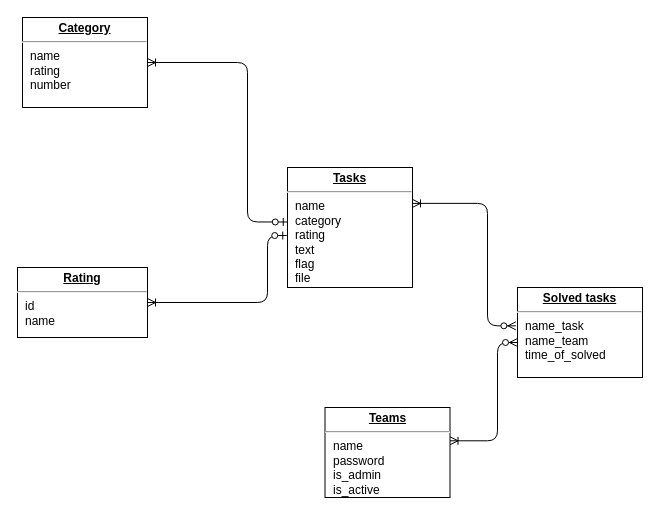
Earlier version of the draw.io diagram BD.drawio (PolMarzia/diplom). Source tidied: cells renumbered, new cells numbered last; positions are measured from the earlier drawing's top-left corner, leaving out a move shared by most shapes. Both pictures are drawn from the tidied source at 100%, with x=0, y=0 at pixel (17, 17).
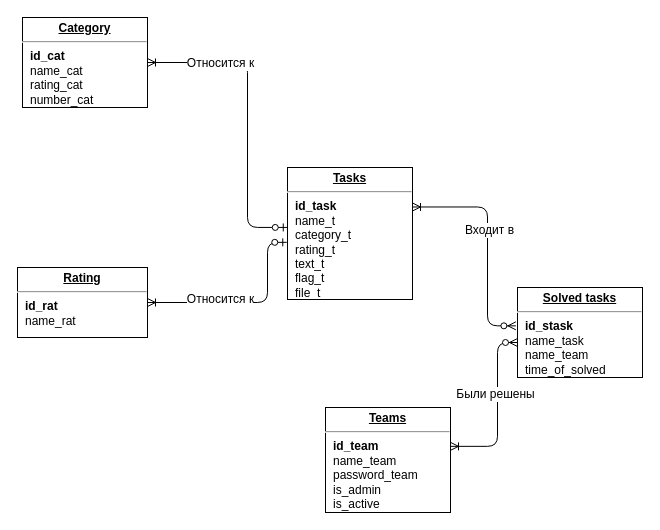
The same diagram, later.

The change refers to these unchanged cells:
```xml
<mxCell id="4" style="edgeStyle=elbowEdgeStyle;fontSize=12;html=1;endArrow=ERoneToMany;startArrow=ERzeroToOne;exitX=-0.006;exitY=0.567;exitDx=0;exitDy=0;exitPerimeter=0;startFill=1;" parent="1" edge="1" source="5" target="3">
  <mxGeometry relative="1" as="geometry">
    <Array as="points">
      <mxPoint x="250" y="230" />
    </Array>
  </mxGeometry>
</mxCell>
<mxCell id="6" style="edgeStyle=elbowEdgeStyle;fontSize=12;html=1;endArrow=ERoneToMany;startArrow=ERzeroToOne;rounded=1;exitX=-0.002;exitY=0.454;exitDx=0;exitDy=0;exitPerimeter=0;startFill=1;" parent="1" edge="1" source="5" target="2">
  <mxGeometry relative="1" as="geometry">
    <Array as="points">
      <mxPoint x="230" y="250" />
      <mxPoint x="250" y="150" />
      <mxPoint x="260" y="250" />
      <mxPoint x="250" y="140" />
      <mxPoint x="260" y="220" />
      <mxPoint x="250" y="160" />
      <mxPoint x="260" y="210" />
      <mxPoint x="240" y="200" />
      <mxPoint x="240" y="200" />
      <mxPoint x="200" y="120" />
    </Array>
  </mxGeometry>
</mxCell>
<mxCell id="9" style="edgeStyle=elbowEdgeStyle;fontSize=12;html=1;endArrow=ERoneToMany;startArrow=ERzeroToMany;entryX=1;entryY=0.299;entryDx=0;entryDy=0;entryPerimeter=0;exitX=-0.013;exitY=0.426;exitDx=0;exitDy=0;exitPerimeter=0;" parent="1" edge="1" source="7" target="5">
  <mxGeometry relative="1" as="geometry">
    <Array as="points">
      <mxPoint x="470" y="330" />
    </Array>
  </mxGeometry>
</mxCell>
<mxCell id="10" style="edgeStyle=elbowEdgeStyle;fontSize=12;html=1;endArrow=ERoneToMany;startArrow=ERzeroToMany;entryX=1;entryY=0.37;entryDx=0;entryDy=0;entryPerimeter=0;exitX=0;exitY=0.611;exitDx=0;exitDy=0;exitPerimeter=0;" parent="1" edge="1" source="7" target="8">
  <mxGeometry relative="1" as="geometry">
    <Array as="points">
      <mxPoint x="480" y="340" />
    </Array>
  </mxGeometry>
</mxCell>
```

Change to the diagram source:
```diff
@@
-    <mxCell id="2" value="&lt;p style=&quot;margin: 0px ; margin-top: 4px ; text-align: center ; text-decoration: underline&quot;&gt;&lt;b&gt;Category&lt;/b&gt;&lt;/p&gt;&lt;hr&gt;&lt;p style=&quot;margin: 0px ; margin-left: 8px&quot;&gt;name&lt;/p&gt;&lt;p style=&quot;margin: 0px ; margin-left: 8px&quot;&gt;rating&lt;/p&gt;&lt;p style=&quot;margin: 0px ; margin-left: 8px&quot;&gt;number&lt;/p&gt;" style="verticalAlign=top;align=left;overflow=fill;fontSize=12;fontFamily=Helvetica;html=1;" parent="1" vertex="1">
+    <mxCell id="2" value="&lt;p style=&quot;margin: 0px ; margin-top: 4px ; text-align: center ; text-decoration: underline&quot;&gt;&lt;b&gt;Category&lt;/b&gt;&lt;/p&gt;&lt;hr&gt;&lt;p style=&quot;margin: 0px ; margin-left: 8px&quot;&gt;&lt;b&gt;id_cat&lt;/b&gt;&lt;/p&gt;&lt;p style=&quot;margin: 0px ; margin-left: 8px&quot;&gt;name_cat&lt;/p&gt;&lt;p style=&quot;margin: 0px ; margin-left: 8px&quot;&gt;rating_cat&lt;/p&gt;&lt;p style=&quot;margin: 0px ; margin-left: 8px&quot;&gt;number_cat&lt;/p&gt;" style="verticalAlign=top;align=left;overflow=fill;fontSize=12;fontFamily=Helvetica;html=1;" parent="1" vertex="1">
       <mxGeometry x="5" width="125" height="90" as="geometry" />
     </mxCell>
-    <mxCell id="3" value="&lt;p style=&quot;margin: 0px ; margin-top: 4px ; text-align: center ; text-decoration: underline&quot;&gt;&lt;b&gt;Rating&lt;/b&gt;&lt;/p&gt;&lt;hr&gt;&lt;p style=&quot;margin: 0px ; margin-left: 8px&quot;&gt;id&lt;/p&gt;&lt;p style=&quot;margin: 0px ; margin-left: 8px&quot;&gt;name&lt;/p&gt;" style="verticalAlign=top;align=left;overflow=fill;fontSize=12;fontFamily=Helvetica;html=1;" parent="1" vertex="1">
+    <mxCell id="3" value="&lt;p style=&quot;margin: 0px ; margin-top: 4px ; text-align: center ; text-decoration: underline&quot;&gt;&lt;b&gt;Rating&lt;/b&gt;&lt;/p&gt;&lt;hr&gt;&lt;p style=&quot;margin: 0px ; margin-left: 8px&quot;&gt;&lt;b&gt;id_rat&lt;/b&gt;&lt;/p&gt;&lt;p style=&quot;margin: 0px ; margin-left: 8px&quot;&gt;name_rat&lt;/p&gt;" style="verticalAlign=top;align=left;overflow=fill;fontSize=12;fontFamily=Helvetica;html=1;" parent="1" vertex="1">
       <mxGeometry y="250" width="130" height="70" as="geometry" />
     </mxCell>
@@
+    <mxCell id="11" value="Относится к" style="text;html=1;align=center;verticalAlign=middle;labelBackgroundColor=#ffffff;" parent="4" vertex="1">
+      <mxGeometry x="0.27" y="-4" relative="1" as="geometry" />
+    </mxCell>
-    <mxCell id="5" value="&lt;p style=&quot;margin: 0px ; margin-top: 4px ; text-align: center ; text-decoration: underline&quot;&gt;&lt;b&gt;Tasks&lt;/b&gt;&lt;/p&gt;&lt;hr&gt;&lt;p style=&quot;margin: 0px ; margin-left: 8px&quot;&gt;name&lt;/p&gt;&lt;p style=&quot;margin: 0px ; margin-left: 8px&quot;&gt;category&lt;/p&gt;&lt;p style=&quot;margin: 0px ; margin-left: 8px&quot;&gt;rating&lt;/p&gt;&lt;p style=&quot;margin: 0px ; margin-left: 8px&quot;&gt;text&lt;/p&gt;&lt;p style=&quot;margin: 0px ; margin-left: 8px&quot;&gt;flag&lt;/p&gt;&lt;p style=&quot;margin: 0px ; margin-left: 8px&quot;&gt;file&lt;/p&gt;" style="verticalAlign=top;align=left;overflow=fill;fontSize=12;fontFamily=Helvetica;html=1;" parent="1" vertex="1">
-      <mxGeometry x="270" y="150" width="125" height="120" as="geometry" />
+    <mxCell id="5" value="&lt;p style=&quot;margin: 0px ; margin-top: 4px ; text-align: center ; text-decoration: underline&quot;&gt;&lt;b&gt;Tasks&lt;/b&gt;&lt;/p&gt;&lt;hr&gt;&lt;p style=&quot;margin: 0px ; margin-left: 8px&quot;&gt;&lt;b&gt;id_task&lt;/b&gt;&lt;/p&gt;&lt;p style=&quot;margin: 0px ; margin-left: 8px&quot;&gt;name_t&lt;/p&gt;&lt;p style=&quot;margin: 0px ; margin-left: 8px&quot;&gt;category_t&lt;/p&gt;&lt;p style=&quot;margin: 0px ; margin-left: 8px&quot;&gt;rating_t&lt;/p&gt;&lt;p style=&quot;margin: 0px ; margin-left: 8px&quot;&gt;text_t&lt;/p&gt;&lt;p style=&quot;margin: 0px ; margin-left: 8px&quot;&gt;flag_t&lt;/p&gt;&lt;p style=&quot;margin: 0px ; margin-left: 8px&quot;&gt;file_t&lt;/p&gt;" style="verticalAlign=top;align=left;overflow=fill;fontSize=12;fontFamily=Helvetica;html=1;" parent="1" vertex="1">
+      <mxGeometry x="270" y="150" width="125" height="132" as="geometry" />
     </mxCell>
@@
+    <mxCell id="12" value="Относится к" style="text;html=1;align=center;verticalAlign=middle;labelBackgroundColor=#ffffff;" parent="6" vertex="1">
+      <mxGeometry x="0.52" relative="1" as="geometry" />
+    </mxCell>
-    <mxCell id="7" value="&lt;p style=&quot;margin: 0px ; margin-top: 4px ; text-align: center ; text-decoration: underline&quot;&gt;&lt;b&gt;Solved tasks&lt;/b&gt;&lt;/p&gt;&lt;hr&gt;&lt;p style=&quot;margin: 0px ; margin-left: 8px&quot;&gt;name_task&lt;/p&gt;&lt;p style=&quot;margin: 0px ; margin-left: 8px&quot;&gt;nаme_team&lt;/p&gt;&lt;p style=&quot;margin: 0px ; margin-left: 8px&quot;&gt;time_of_solved&lt;/p&gt;" style="verticalAlign=top;align=left;overflow=fill;fontSize=12;fontFamily=Helvetica;html=1;" parent="1" vertex="1">
+    <mxCell id="7" value="&lt;p style=&quot;margin: 0px ; margin-top: 4px ; text-align: center ; text-decoration: underline&quot;&gt;&lt;b&gt;Solved tasks&lt;/b&gt;&lt;/p&gt;&lt;hr&gt;&lt;p style=&quot;margin: 0px ; margin-left: 8px&quot;&gt;&lt;b&gt;id_stask&lt;/b&gt;&lt;/p&gt;&lt;p style=&quot;margin: 0px ; margin-left: 8px&quot;&gt;name_task&lt;/p&gt;&lt;p style=&quot;margin: 0px ; margin-left: 8px&quot;&gt;nаme_team&lt;/p&gt;&lt;p style=&quot;margin: 0px ; margin-left: 8px&quot;&gt;time_of_solved&lt;/p&gt;" style="verticalAlign=top;align=left;overflow=fill;fontSize=12;fontFamily=Helvetica;html=1;" parent="1" vertex="1">
       <mxGeometry x="500" y="270" width="125" height="90" as="geometry" />
     </mxCell>
-    <mxCell id="8" value="&lt;p style=&quot;margin: 0px ; margin-top: 4px ; text-align: center ; text-decoration: underline&quot;&gt;&lt;b&gt;Teams&lt;/b&gt;&lt;/p&gt;&lt;hr&gt;&lt;p style=&quot;margin: 0px ; margin-left: 8px&quot;&gt;name&lt;/p&gt;&lt;p style=&quot;margin: 0px ; margin-left: 8px&quot;&gt;&lt;span&gt;password&lt;/span&gt;&lt;/p&gt;&lt;p style=&quot;margin: 0px ; margin-left: 8px&quot;&gt;&lt;span&gt;is_admin&lt;/span&gt;&lt;/p&gt;&lt;p style=&quot;margin: 0px ; margin-left: 8px&quot;&gt;&lt;span&gt;is_active&lt;/span&gt;&lt;/p&gt;" style="verticalAlign=top;align=left;overflow=fill;fontSize=12;fontFamily=Helvetica;html=1;" parent="1" vertex="1">
-      <mxGeometry x="307.5" y="390" width="125" height="90" as="geometry" />
+    <mxCell id="8" value="&lt;p style=&quot;margin: 0px ; margin-top: 4px ; text-align: center ; text-decoration: underline&quot;&gt;&lt;b&gt;Teams&lt;/b&gt;&lt;/p&gt;&lt;hr&gt;&lt;p style=&quot;margin: 0px ; margin-left: 8px&quot;&gt;&lt;b&gt;id_team&lt;/b&gt;&lt;/p&gt;&lt;p style=&quot;margin: 0px ; margin-left: 8px&quot;&gt;name_team&lt;/p&gt;&lt;p style=&quot;margin: 0px ; margin-left: 8px&quot;&gt;&lt;span&gt;password_team&lt;/span&gt;&lt;/p&gt;&lt;p style=&quot;margin: 0px ; margin-left: 8px&quot;&gt;&lt;span&gt;is_admin&lt;/span&gt;&lt;/p&gt;&lt;p style=&quot;margin: 0px ; margin-left: 8px&quot;&gt;&lt;span&gt;is_active&lt;/span&gt;&lt;/p&gt;" style="verticalAlign=top;align=left;overflow=fill;fontSize=12;fontFamily=Helvetica;html=1;" parent="1" vertex="1">
+      <mxGeometry x="308" y="390" width="125" height="105" as="geometry" />
     </mxCell>
@@
+    <mxCell id="13" value="Входит в&lt;br&gt;" style="text;html=1;align=center;verticalAlign=middle;labelBackgroundColor=#ffffff;" parent="9" vertex="1">
+      <mxGeometry x="0.12" y="-1" relative="1" as="geometry" />
+    </mxCell>
@@
+    <mxCell id="14" value="Были решены" style="text;html=1;align=center;verticalAlign=middle;labelBackgroundColor=#ffffff;" parent="10" vertex="1">
+      <mxGeometry x="0.19" y="-4" relative="1" as="geometry">
+        <mxPoint x="1" y="-30" as="offset" />
+      </mxGeometry>
+    </mxCell>
```
